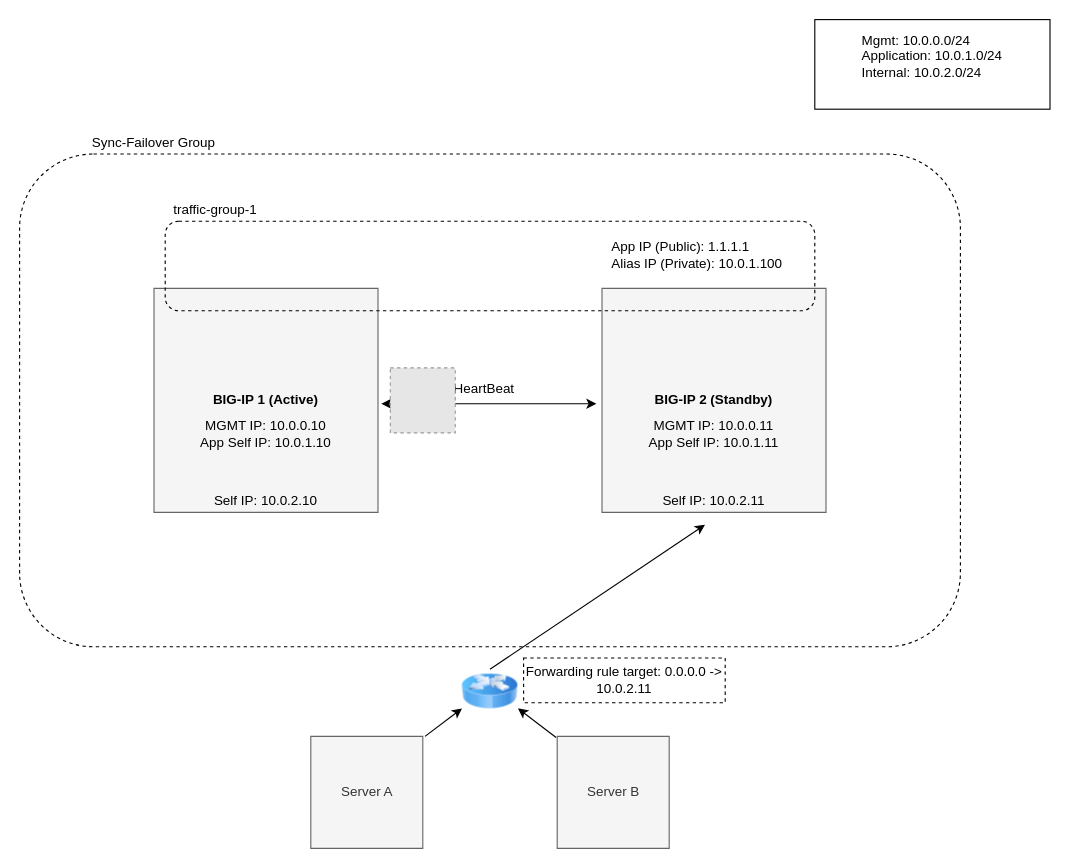
This is contributing/images/src/GoogleFailoverExtensionHighLevelAfter.drawio.xml from F5Networks/f5-cloud-failover-extension, a draw.io file, before an edit. Source tidied: cells renumbered, new cells numbered last; positions are measured from the earlier drawing's top-left corner, leaving out a move shared by most shapes. Both pictures are drawn from the tidied source at 112%, with x=0, y=0 at pixel (19, 19). Pictures stored in the file or linked from it are replaced by grey dashed boxes.
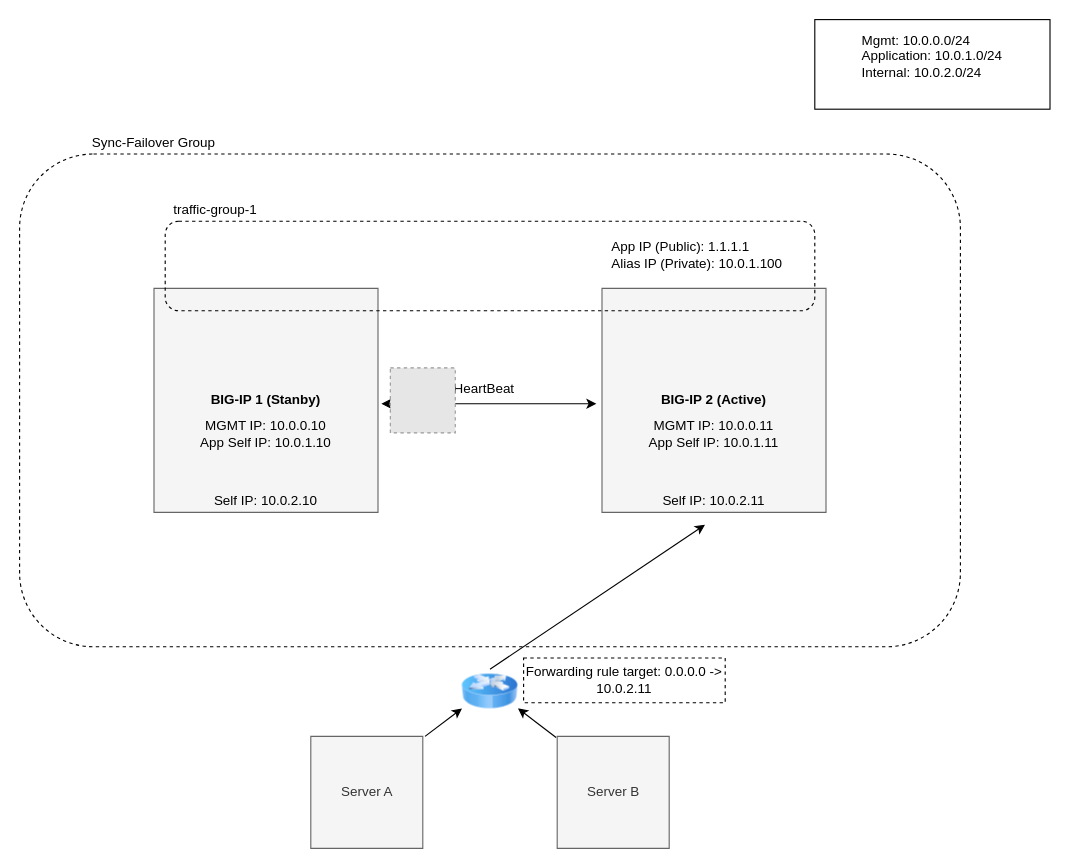
The same page after the edit.

What changed in the source:
```diff
@@
-    <mxCell id="6" value="&lt;b&gt;BIG-IP 1 (Active)&lt;/b&gt;&lt;br&gt;" style="text;html=1;strokeColor=none;fillColor=none;align=center;verticalAlign=middle;whiteSpace=wrap;rounded=0;" parent="1" vertex="1">
+    <mxCell id="6" value="&lt;b&gt;BIG-IP 1 (Stanby)&lt;/b&gt;" style="text;html=1;strokeColor=none;fillColor=none;align=center;verticalAlign=middle;whiteSpace=wrap;rounded=0;" parent="1" vertex="1">
       <mxGeometry x="160" y="320" width="120" height="40" as="geometry" />
     </mxCell>
@@
-    <mxCell id="8" value="&lt;b&gt;BIG-IP 2 (Standby)&lt;/b&gt;&lt;br&gt;" style="text;html=1;strokeColor=none;fillColor=none;align=center;verticalAlign=middle;whiteSpace=wrap;rounded=0;" parent="1" vertex="1">
+    <mxCell id="8" value="&lt;b&gt;BIG-IP 2 (Active)&lt;/b&gt;" style="text;html=1;strokeColor=none;fillColor=none;align=center;verticalAlign=middle;whiteSpace=wrap;rounded=0;" parent="1" vertex="1">
       <mxGeometry x="560" y="320" width="120" height="40" as="geometry" />
     </mxCell>
```
